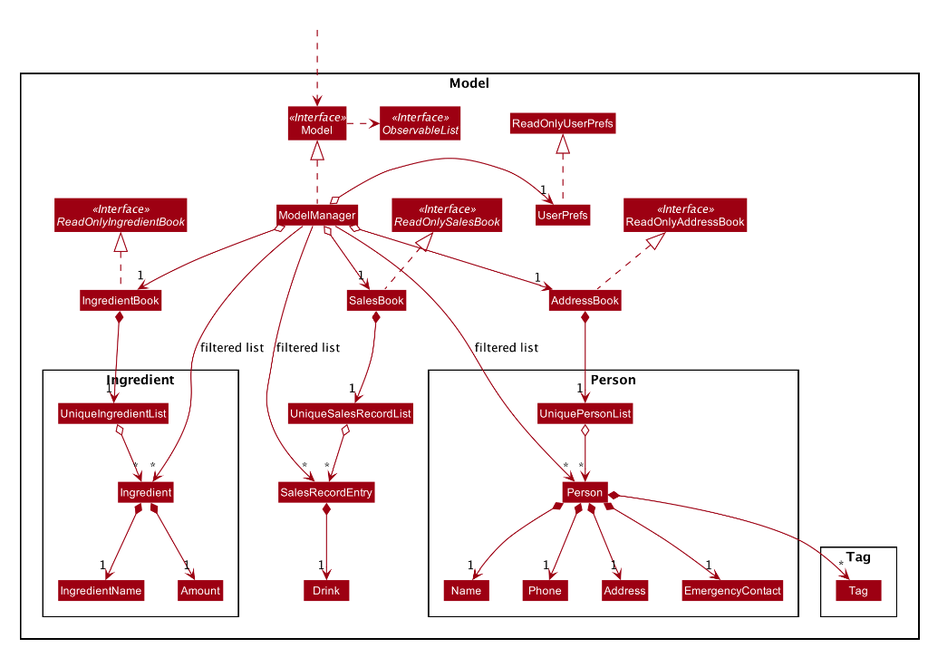
Above: docs/images/ModelClassDiagram.png in nus-cs2103-AY2021S1/tp (PlantUML), before the change. Its source is kept beside it as docs/diagrams/ModelClassDiagram.puml.
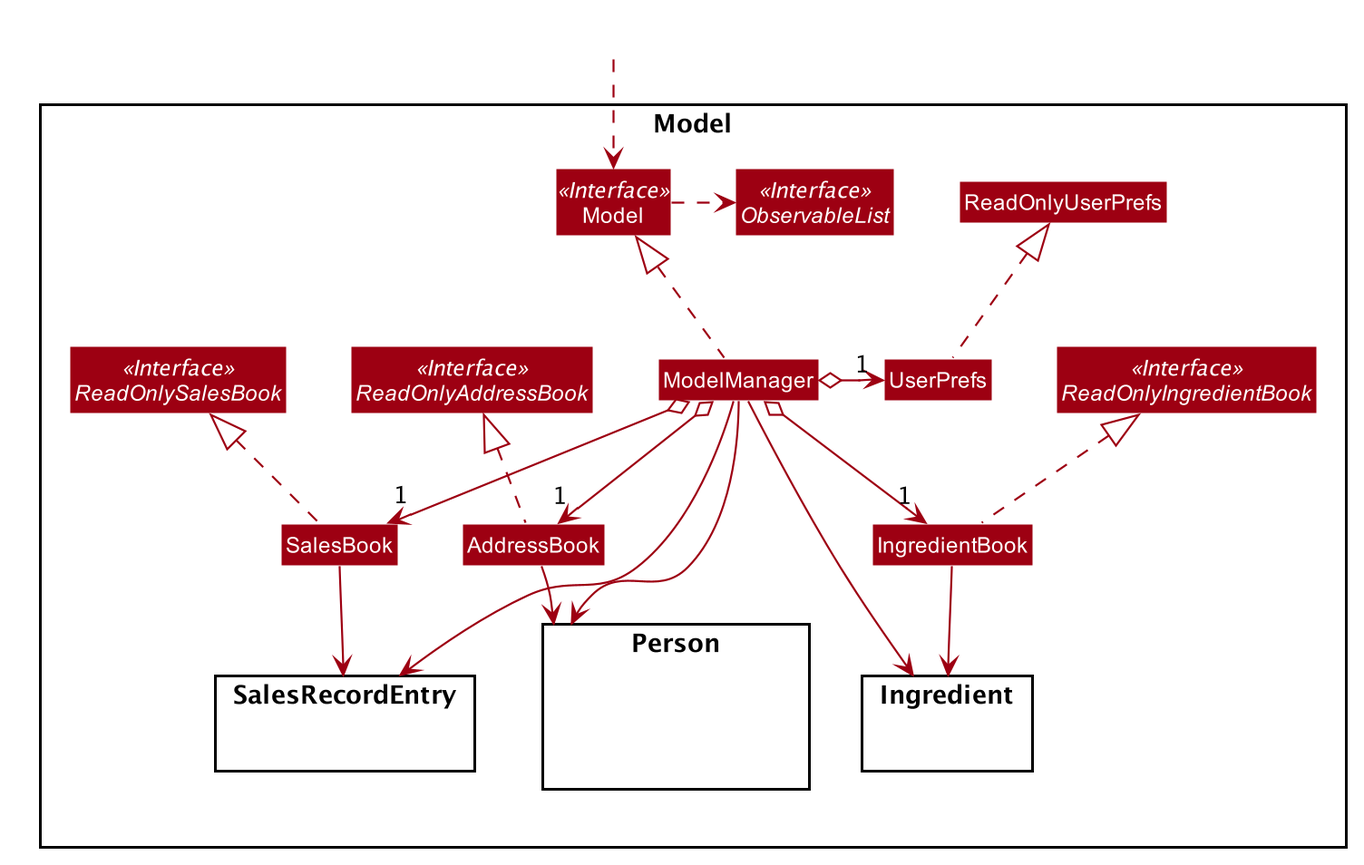
After the commit.

Commit message:
Update overview model diagram

Diff of the diagram source:
```diff
@@ -11,35 +11,24 @@
 Interface Model <<Interface>>
 Interface ObservableList <<Interface>>
 Class AddressBook
-Class ReadOnlyAddressBook
+Class SalesBook
+Class SalesRecordEntry
 Class IngredientBook
 Class Model
 Class ModelManager
+Class UserPrefs
 Class ReadOnlyUserPrefs
-Class SalesBook
-Class SalesRecordEntry
-Class Drink
-Class UniqueSalesRecordList
-Class UserPrefs
 
 Package Person {
-Class Person
-Class Address
-Class Name
-Class Phone
-Class EmergencyContact
-Class UniquePersonList
+Class HiddenModel #FFFFFF
+}
+
+Package SalesRecordEntry {
+Class HiddenModel #FFFFFF
 }
 
 Package Ingredient {
-Class UniqueIngredientList
-Class Ingredient
-Class IngredientName
-Class Amount
-}
-
-Package Tag {
-Class Tag
+Class HiddenModel #FFFFFF
 }
 }
 
@@ -49,7 +38,6 @@
 AddressBook .up.|> ReadOnlyAddressBook
 SalesBook .up.|> ReadOnlySalesBook
 IngredientBook .up.|> ReadOnlyIngredientBook
-
 ModelManager .up.|> Model
 Model .right.> ObservableList
 ModelManager o--> "1" AddressBook
@@ -58,28 +46,10 @@
 ModelManager o-left-> "1" UserPrefs
 UserPrefs .up.|> ReadOnlyUserPrefs
 
-AddressBook *--> "1" UniquePersonList
-SalesBook *--> "1" UniqueSalesRecordList
-IngredientBook *--> "1" UniqueIngredientList
-UniquePersonList o--> "*" Person
-UniqueSalesRecordList o--> "*" SalesRecordEntry
-UniqueIngredientList o--> "*"Ingredient
-
-Person *--> "1" Name
-Person *--> "1" Phone
-Person *--> "1" EmergencyContact
-Person *--> "1" Address
-Person *--> "*" Tag
-
-SalesRecordEntry *--> "1" Drink
-
-Ingredient *--> "1" IngredientName
-Ingredient *--> "1" Amount
-Name -[hidden]right-> Phone
-Phone -[hidden]right-> Address
-
-
-ModelManager -->"*" Person : filtered list
-ModelManager -->"*" Ingredient : filtered list
-ModelManager -->"*" SalesRecordEntry : filtered list
+AddressBook --> Person
+SalesBook --> SalesRecordEntry
+IngredientBook --> Ingredient
+ModelManager --> SalesRecordEntry
+ModelManager --> Ingredient
+ModelManager --> Person
 @enduml
```
